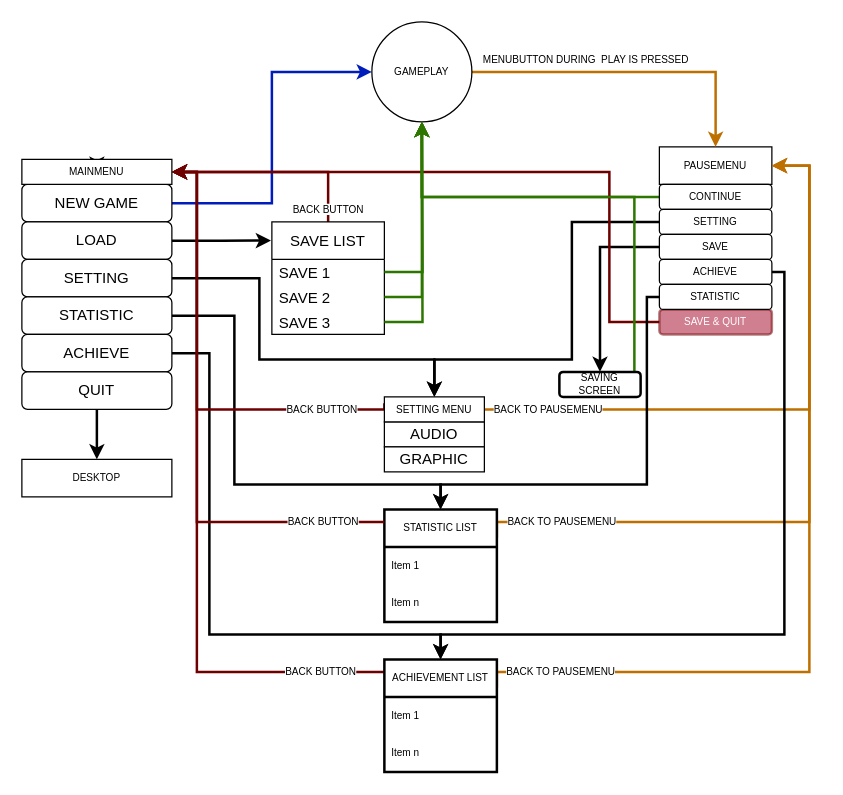
Before: Untitled Diagram.drawio in MarshallXXVI/Sopranium, a draw.io diagram. Source tidied: cells renumbered, new cells numbered last; positions are measured from the earlier drawing's top-left corner, leaving out a move shared by most shapes. Both pictures are drawn from the tidied source at 125%, with x=0, y=0 at pixel (21, 21).
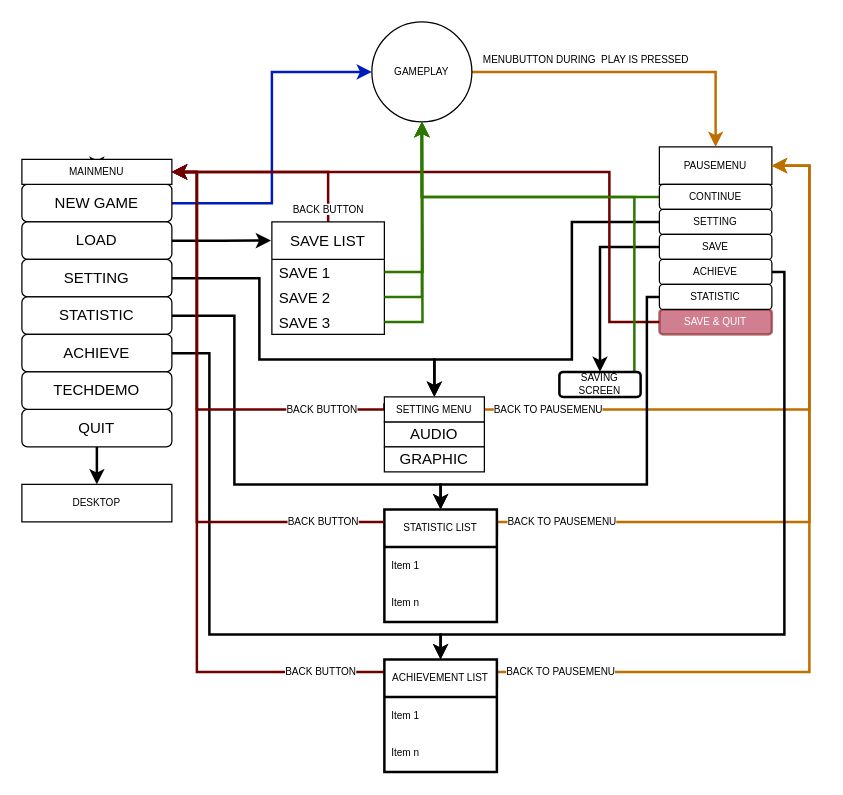
After the change.

Diff of the diagram source:
```diff
@@
     <mxCell id="14" value="QUIT" style="rounded=1;whiteSpace=wrap;html=1;" parent="1" vertex="1">
-      <mxGeometry y="280" width="120" height="30" as="geometry" />
+      <mxGeometry y="310" width="120" height="30" as="geometry" />
     </mxCell>
@@
     <mxCell id="27" value="DESKTOP" style="rounded=0;whiteSpace=wrap;html=1;labelBackgroundColor=none;labelBorderColor=none;strokeColor=default;fontSize=8;fontColor=#000000;gradientColor=none;" parent="1" vertex="1">
-      <mxGeometry y="350" width="120" height="30" as="geometry" />
+      <mxGeometry y="370" width="120" height="30" as="geometry" />
     </mxCell>
@@
+    <mxCell id="58" value="TECHDEMO" style="rounded=1;whiteSpace=wrap;html=1;" parent="1" vertex="1">
+      <mxGeometry y="280" width="120" height="30" as="geometry" />
+    </mxCell>
```
